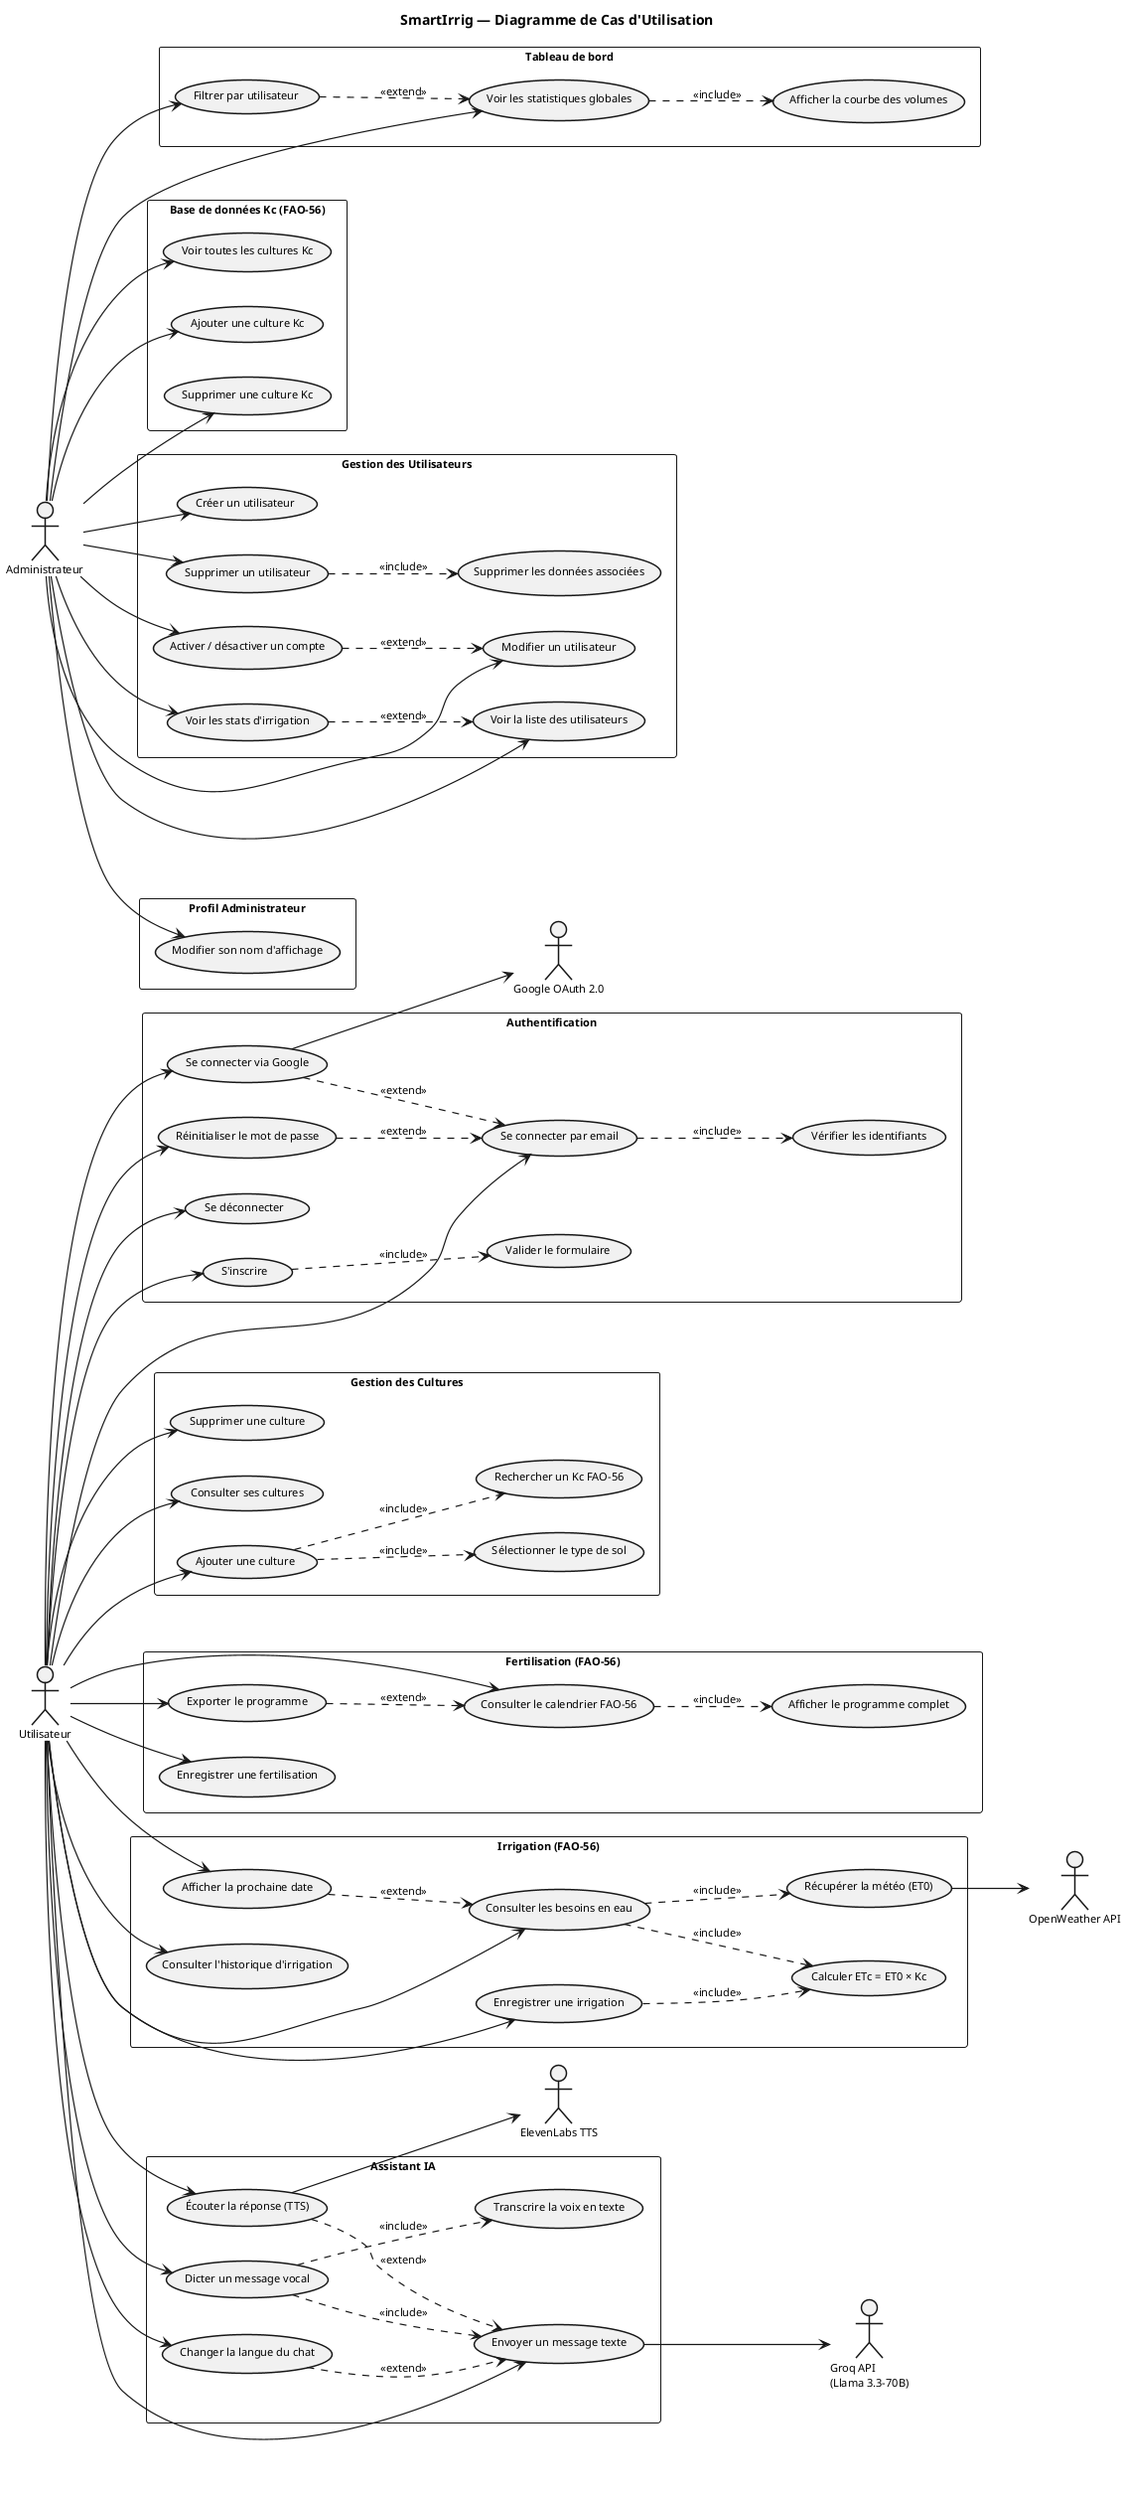
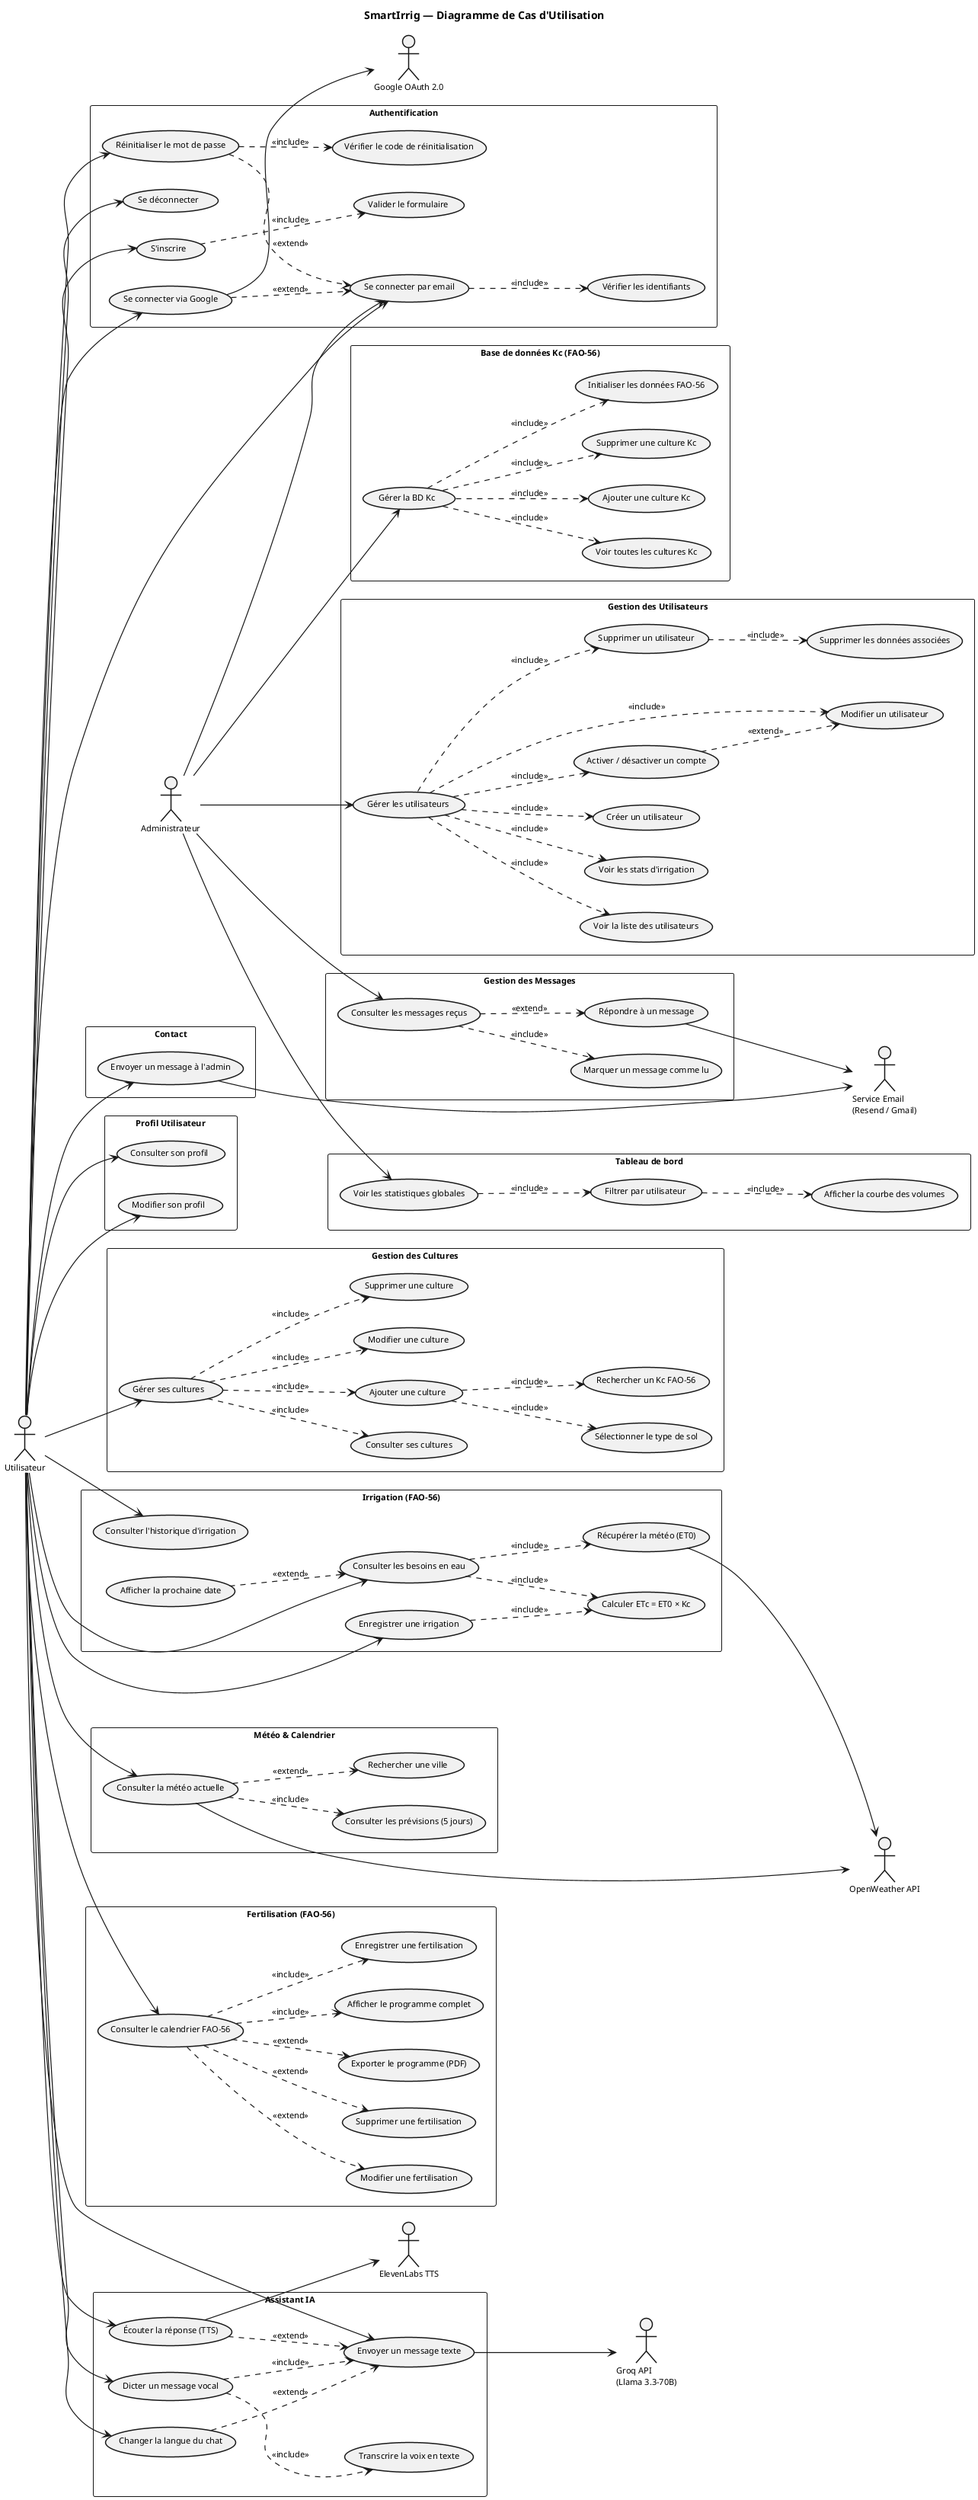
@startuml SmartIrrig - Diagramme de Cas d'Utilisation

skinparam monochrome true
skinparam shadowing false
skinparam defaultFontName Arial
skinparam defaultFontSize 11
skinparam packageStyle rectangle
skinparam usecaseBorderThickness 1.5
skinparam actorBorderThickness 1.5
skinparam ArrowThickness 1.2

left to right direction
title SmartIrrig — Diagramme de Cas d'Utilisation

- ' ══════════════════════════════════════
- ' ACTEUR UTILISATEUR
- ' ══════════════════════════════════════
- 
actor "Utilisateur" as User
- 
- ' ══════════════════════════════════════
- ' PACKAGES UTILISATEUR
- ' ══════════════════════════════════════

package "Authentification" {
  usecase "S'inscrire" as UC_Register
  usecase "Valider le formulaire" as UC_ValidateForm
  usecase "Se connecter par email" as UC_Login
  usecase "Vérifier les identifiants" as UC_VerifyCredentials
  usecase "Se connecter via Google" as UC_GoogleLogin
  usecase "Réinitialiser le mot de passe" as UC_ForgotPwd
+   usecase "Vérifier le code de réinitialisation" as UC_VerifyCode
  usecase "Se déconnecter" as UC_Logout
}

+ package "Profil Utilisateur" {
+   usecase "Consulter son profil" as UC_ViewProfile
+   usecase "Modifier son profil" as UC_EditProfile
+ }
+ 
package "Gestion des Cultures" {
+   usecase "Gérer ses cultures" as UC_ManageCultures
  usecase "Consulter ses cultures" as UC_ViewCultures
  usecase "Ajouter une culture" as UC_AddCulture
+   usecase "Modifier une culture" as UC_EditCulture
+   usecase "Supprimer une culture" as UC_DeleteCulture
  usecase "Sélectionner le type de sol" as UC_SolType
  usecase "Rechercher un Kc FAO-56" as UC_SearchKc
-   usecase "Supprimer une culture" as UC_DeleteCulture
}

package "Irrigation (FAO-56)" {
  usecase "Consulter les besoins en eau" as UC_WaterNeeds
  usecase "Récupérer la météo (ET0)" as UC_Weather
  usecase "Calculer ETc = ET0 × Kc" as UC_CalcETc
  usecase "Enregistrer une irrigation" as UC_RecordIrr
  usecase "Consulter l'historique d'irrigation" as UC_History
  usecase "Afficher la prochaine date" as UC_NextDate
}

package "Fertilisation (FAO-56)" {
  usecase "Consulter le calendrier FAO-56" as UC_FertCalendar
  usecase "Afficher le programme complet" as UC_FertPlan
  usecase "Enregistrer une fertilisation" as UC_RecordFert
-   usecase "Exporter le programme" as UC_ExportFert
+   usecase "Modifier une fertilisation" as UC_EditFert
+   usecase "Supprimer une fertilisation" as UC_DeleteFert
+   usecase "Exporter le programme (PDF)" as UC_ExportFert
+ }
+ 
+ package "Météo & Calendrier" {
+   usecase "Consulter la météo actuelle" as UC_ViewWeather
+   usecase "Consulter les prévisions (5 jours)" as UC_Forecast
+   usecase "Rechercher une ville" as UC_SearchCity
}

package "Assistant IA" {
  usecase "Envoyer un message texte" as UC_AIChat
  usecase "Dicter un message vocal" as UC_AIVoice
  usecase "Transcrire la voix en texte" as UC_SpeechToText
  usecase "Écouter la réponse (TTS)" as UC_AITTS
  usecase "Changer la langue du chat" as UC_ResetLang
}

- ' ══════════════════════════════════════
- ' ACTEUR ADMINISTRATEUR
- ' ══════════════════════════════════════
+ package "Contact" {
+   usecase "Envoyer un message à l'admin" as UC_SendMessage
+ }

actor "Administrateur" as Admin
- 
- ' ══════════════════════════════════════
- ' PACKAGES ADMINISTRATEUR
- ' ══════════════════════════════════════

package "Tableau de bord" {
  usecase "Voir les statistiques globales" as UC_Dashboard
+   usecase "Filtrer par utilisateur" as UC_FilterUser
  usecase "Afficher la courbe des volumes" as UC_Chart
-   usecase "Filtrer par utilisateur" as UC_FilterUser
}

package "Base de données Kc (FAO-56)" {
+   usecase "Gérer la BD Kc" as UC_ManageKC
  usecase "Voir toutes les cultures Kc" as UC_ViewKC
  usecase "Ajouter une culture Kc" as UC_AddKC
  usecase "Supprimer une culture Kc" as UC_DeleteKC
+   usecase "Initialiser les données FAO-56" as UC_InitKC
}

package "Gestion des Utilisateurs" {
-   usecase "Voir la liste des utilisateurs" as UC_ViewUsers
+   usecase "Gérer les utilisateurs" as UC_ManageUsers
  usecase "Créer un utilisateur" as UC_CreateUser
  usecase "Modifier un utilisateur" as UC_EditUser
  usecase "Activer / désactiver un compte" as UC_ToggleUser
  usecase "Supprimer un utilisateur" as UC_DeleteUser
+   usecase "Voir la liste des utilisateurs" as UC_ViewUsers
  usecase "Supprimer les données associées" as UC_DeleteData
  usecase "Voir les stats d'irrigation" as UC_UserStats
}

- package "Profil Administrateur" {
-   usecase "Modifier son nom d'affichage" as UC_AdminName
- }
- 
- ' ══════════════════════════════════════
- ' ACTEURS EXTERNES
- ' ══════════════════════════════════════
+ package "Gestion des Messages" {
+   usecase "Consulter les messages reçus" as UC_ViewMessages
+   usecase "Marquer un message comme lu" as UC_MarkRead
+   usecase "Répondre à un message" as UC_ReplyMessage
+ }

actor "Google OAuth 2.0" as Google
actor "OpenWeather API" as OW
actor "Groq API\n(Llama 3.3-70B)" as GroqAI
actor "ElevenLabs TTS" as EL
+ actor "Service Email\n(Resend / Gmail)" as EmailSvc

' ══════════════════════════════════════
' ASSOCIATIONS — UTILISATEUR
' ══════════════════════════════════════

User --> UC_Register
User --> UC_Login
User --> UC_GoogleLogin
User --> UC_ForgotPwd
User --> UC_Logout

- User --> UC_ViewCultures
- User --> UC_AddCulture
- User --> UC_DeleteCulture
- 
+ User --> UC_ViewProfile
+ User --> UC_EditProfile
+ 
+ User --> UC_ManageCultures
User --> UC_WaterNeeds
User --> UC_RecordIrr
User --> UC_History
- User --> UC_NextDate

User --> UC_FertCalendar
- User --> UC_RecordFert
- User --> UC_ExportFert
+ 
+ User --> UC_ViewWeather

User --> UC_AIChat
User --> UC_AIVoice
User --> UC_AITTS
User --> UC_ResetLang

+ User --> UC_SendMessage
+ 
' ══════════════════════════════════════
' ASSOCIATIONS — ADMINISTRATEUR
' ══════════════════════════════════════

+ Admin --> UC_Login
Admin --> UC_Dashboard
- Admin --> UC_FilterUser
- 
- Admin --> UC_ViewKC
- Admin --> UC_AddKC
- Admin --> UC_DeleteKC
- 
- Admin --> UC_ViewUsers
- Admin --> UC_CreateUser
- Admin --> UC_EditUser
- Admin --> UC_ToggleUser
- Admin --> UC_DeleteUser
- Admin --> UC_UserStats
- 
- Admin --> UC_AdminName
+ Admin --> UC_ManageKC
+ Admin --> UC_ManageUsers
+ Admin --> UC_ViewMessages

' ══════════════════════════════════════
' <<include>> — UTILISATEUR
' ══════════════════════════════════════

- UC_Register     ..> UC_ValidateForm     : <<include>>
- UC_Login        ..> UC_VerifyCredentials: <<include>>
- UC_AddCulture   ..> UC_SolType         : <<include>>
- UC_AddCulture   ..> UC_SearchKc        : <<include>>
- UC_WaterNeeds   ..> UC_Weather         : <<include>>
- UC_WaterNeeds   ..> UC_CalcETc         : <<include>>
- UC_RecordIrr    ..> UC_CalcETc         : <<include>>
- UC_AIVoice      ..> UC_SpeechToText    : <<include>>
- UC_AIVoice      ..> UC_AIChat          : <<include>>
- UC_FertCalendar ..> UC_FertPlan        : <<include>>
+ UC_Register       ..> UC_ValidateForm      : <<include>>
+ UC_Login          ..> UC_VerifyCredentials : <<include>>
+ UC_ForgotPwd      ..> UC_VerifyCode        : <<include>>
+ 
+ UC_ManageCultures ..> UC_ViewCultures      : <<include>>
+ UC_ManageCultures ..> UC_AddCulture        : <<include>>
+ UC_ManageCultures ..> UC_EditCulture       : <<include>>
+ UC_ManageCultures ..> UC_DeleteCulture     : <<include>>
+ UC_AddCulture     ..> UC_SolType           : <<include>>
+ UC_AddCulture     ..> UC_SearchKc          : <<include>>
+ 
+ UC_WaterNeeds     ..> UC_Weather           : <<include>>
+ UC_WaterNeeds     ..> UC_CalcETc           : <<include>>
+ UC_RecordIrr      ..> UC_CalcETc           : <<include>>
+ 
+ UC_FertCalendar   ..> UC_FertPlan          : <<include>>
+ UC_FertCalendar   ..> UC_RecordFert        : <<include>>
+ 
+ UC_ViewWeather    ..> UC_Forecast          : <<include>>
+ 
+ UC_AIVoice        ..> UC_SpeechToText      : <<include>>
+ UC_AIVoice        ..> UC_AIChat            : <<include>>

' ══════════════════════════════════════
' <<extend>> — UTILISATEUR
' ══════════════════════════════════════

- UC_GoogleLogin  ..> UC_Login           : <<extend>>
- UC_ForgotPwd    ..> UC_Login           : <<extend>>
- UC_AITTS        ..> UC_AIChat          : <<extend>>
- UC_ResetLang    ..> UC_AIChat          : <<extend>>
- UC_NextDate     ..> UC_WaterNeeds      : <<extend>>
- UC_ExportFert   ..> UC_FertCalendar    : <<extend>>
+ UC_GoogleLogin    ..> UC_Login             : <<extend>>
+ UC_ForgotPwd      ..> UC_Login             : <<extend>>
+ UC_AITTS          ..> UC_AIChat            : <<extend>>
+ UC_ResetLang      ..> UC_AIChat            : <<extend>>
+ UC_NextDate       ..> UC_WaterNeeds        : <<extend>>
+ UC_FertCalendar   ..> UC_ExportFert        : <<extend>>
+ UC_FertCalendar   ..> UC_EditFert          : <<extend>>
+ UC_FertCalendar   ..> UC_DeleteFert        : <<extend>>
+ UC_ViewWeather    ..> UC_SearchCity        : <<extend>>

' ══════════════════════════════════════
' <<include>> — ADMINISTRATEUR
' ══════════════════════════════════════

- UC_Dashboard    ..> UC_Chart           : <<include>>
- UC_DeleteUser   ..> UC_DeleteData      : <<include>>
+ UC_Dashboard      ..> UC_FilterUser        : <<include>>
+ UC_FilterUser     ..> UC_Chart             : <<include>>
+ 
+ UC_ManageKC       ..> UC_ViewKC            : <<include>>
+ UC_ManageKC       ..> UC_AddKC             : <<include>>
+ UC_ManageKC       ..> UC_DeleteKC          : <<include>>
+ UC_ManageKC       ..> UC_InitKC            : <<include>>
+ 
+ UC_ManageUsers    ..> UC_CreateUser        : <<include>>
+ UC_ManageUsers    ..> UC_EditUser          : <<include>>
+ UC_ManageUsers    ..> UC_ToggleUser        : <<include>>
+ UC_ManageUsers    ..> UC_DeleteUser        : <<include>>
+ UC_ManageUsers    ..> UC_ViewUsers         : <<include>>
+ UC_ManageUsers    ..> UC_UserStats         : <<include>>
+ UC_DeleteUser     ..> UC_DeleteData        : <<include>>
+ 
+ UC_ViewMessages   ..> UC_MarkRead          : <<include>>

' ══════════════════════════════════════
' <<extend>> — ADMINISTRATEUR
' ══════════════════════════════════════

- UC_FilterUser   ..> UC_Dashboard       : <<extend>>
- UC_ToggleUser   ..> UC_EditUser        : <<extend>>
- UC_UserStats    ..> UC_ViewUsers       : <<extend>>
+ UC_ToggleUser     ..> UC_EditUser          : <<extend>>
+ UC_ViewMessages   ..> UC_ReplyMessage      : <<extend>>

' ══════════════════════════════════════
' SYSTÈMES EXTERNES
' ══════════════════════════════════════

- UC_GoogleLogin  --> Google
- UC_Weather      --> OW
- UC_AIChat       --> GroqAI
- UC_AITTS        --> EL
- 
- @enduml
+ UC_GoogleLogin    --> Google
+ UC_Weather        --> OW
+ UC_ViewWeather    --> OW
+ UC_AIChat         --> GroqAI
+ UC_AITTS          --> EL
+ UC_SendMessage    --> EmailSvc
+ UC_ReplyMessage   --> EmailSvc
+ 
+ @enduml